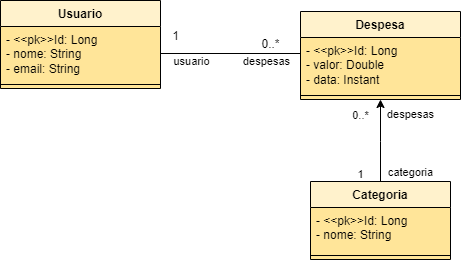
Earlier version of the draw.io export assets/modelo-dominio-gerenciamento-gastos.png (DeivinsonPereira/DimeTracker). Source tidied: cells renumbered, new cells last; positions are measured from the earlier drawing's top-left corner, leaving out a move shared by most shapes.
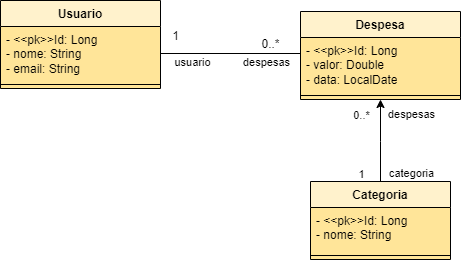
After the commit.

Commit message:
Correction of information

The edit, as a diff of the source:
```diff
@@ -31,7 +31,7 @@
     <mxCell id="8" value="Despesa" style="swimlane;fontStyle=1;align=center;verticalAlign=top;horizontal=1;startSize=26;whiteSpace=wrap;html=1;labelBackgroundColor=none;swimlaneFillColor=#FFE599;fillColor=#fff2cc;strokeColor=default;" parent="1" vertex="1">
       <mxGeometry x="300" y="11" width="160" height="88" as="geometry" />
     </mxCell>
-    <mxCell id="9" value="- &amp;lt;&amp;lt;pk&amp;gt;&amp;gt;Id: Long&lt;br style=&quot;font-size: 12px;&quot;&gt;- valor: Double&lt;br style=&quot;font-size: 12px;&quot;&gt;- data: Instant" style="text;strokeColor=none;fillColor=none;align=left;verticalAlign=top;spacingLeft=4;spacingRight=4;overflow=hidden;points=[[0,0.5],[1,0.5]];portConstraint=eastwest;whiteSpace=wrap;html=1;fontSize=12;spacingTop=0;spacing=2;labelBackgroundColor=#FFE599;labelBorderColor=none;" parent="8" vertex="1">
+    <mxCell id="9" value="- &amp;lt;&amp;lt;pk&amp;gt;&amp;gt;Id: Long&lt;br style=&quot;font-size: 12px;&quot;&gt;- valor: Double&lt;br style=&quot;font-size: 12px;&quot;&gt;- data: LocalDate" style="text;strokeColor=none;fillColor=none;align=left;verticalAlign=top;spacingLeft=4;spacingRight=4;overflow=hidden;points=[[0,0.5],[1,0.5]];portConstraint=eastwest;whiteSpace=wrap;html=1;fontSize=12;spacingTop=0;spacing=2;labelBackgroundColor=#FFE599;labelBorderColor=none;" parent="8" vertex="1">
       <mxGeometry y="26" width="160" height="54" as="geometry" />
     </mxCell>
     <mxCell id="10" style="line;strokeWidth=1;fillColor=none;align=left;verticalAlign=middle;spacingTop=-1;spacingLeft=3;spacingRight=3;labelPosition=right;points=[];portConstraint=eastwest;strokeColor=inherit;" parent="8" vertex="1">
```
